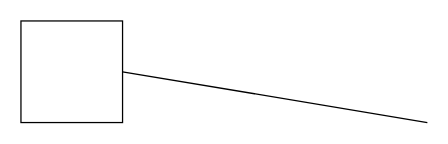
Before: Untitled Diagram.drawio in Hung7998/Hung7998, a draw.io diagram. Source tidied: cells renumbered, new cells numbered last; positions are measured from the earlier drawing's top-left corner, leaving out a move shared by most shapes. Both pictures are drawn from the tidied source at 127%, with x=0, y=0 at pixel (20, 20).
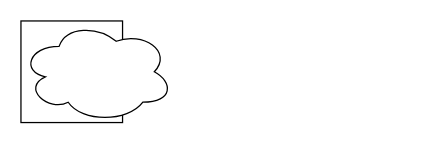
The same page after the edit.

Change to the diagram source:
```diff
@@
 <mxGraphModel>
   <root>
     <mxCell id="0" />
     <mxCell id="1" parent="0" />
     <mxCell id="2" style="whiteSpace=wrap;html=1;" parent="1" vertex="1">
       <mxGeometry width="80" height="80" as="geometry" />
     </mxCell>
-    <mxCell id="3" style="endArrow=none;html=1;rounded=0;exitX=1;exitY=0.5;exitDx=0;exitDy=0;" parent="1" edge="1" source="2">
-      <mxGeometry relative="1" as="geometry">
-        <mxPoint x="320" y="80" as="targetPoint" />
-      </mxGeometry>
+    <mxCell id="3" style="endArrow=none;html=1;rounded=0;exitX=1;exitY=0.5;exitDx=0;exitDy=0;entryX=0.07;entryY=0.4;entryDx=0;entryDy=0;entryPerimeter=0;" parent="1" edge="1" source="2" target="4">
+      <mxGeometry relative="1" as="geometry" />
     </mxCell>
+    <mxCell id="4" style="ellipse;shape=cloud;whiteSpace=wrap;html=1;" parent="1" vertex="1">
+      <mxGeometry width="120" height="80" as="geometry" />
+    </mxCell>
   </root>
 </mxGraphModel>
```
